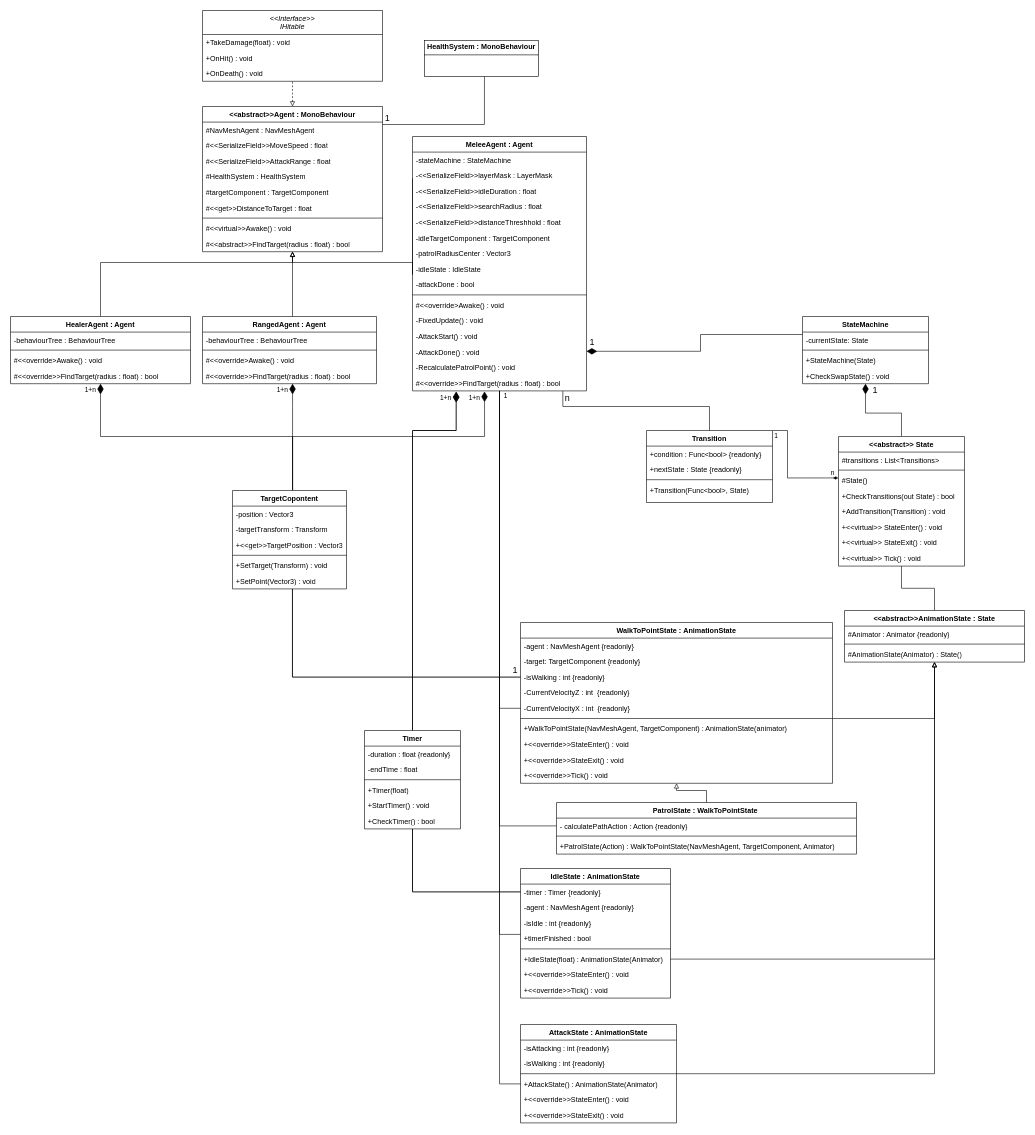
Above: page "Page-1" (1 of 2) of KIProjektKlasseDiagram.drawio in RDMJoker/LL_Semester2_Project (draw.io), before the change. Source tidied: cells renumbered, new cells numbered last; positions are measured from the earlier drawing's top-left corner, leaving out a move shared by most shapes. Both pictures are drawn from the tidied source at 60%, with x=0, y=0 at pixel (10, 10).
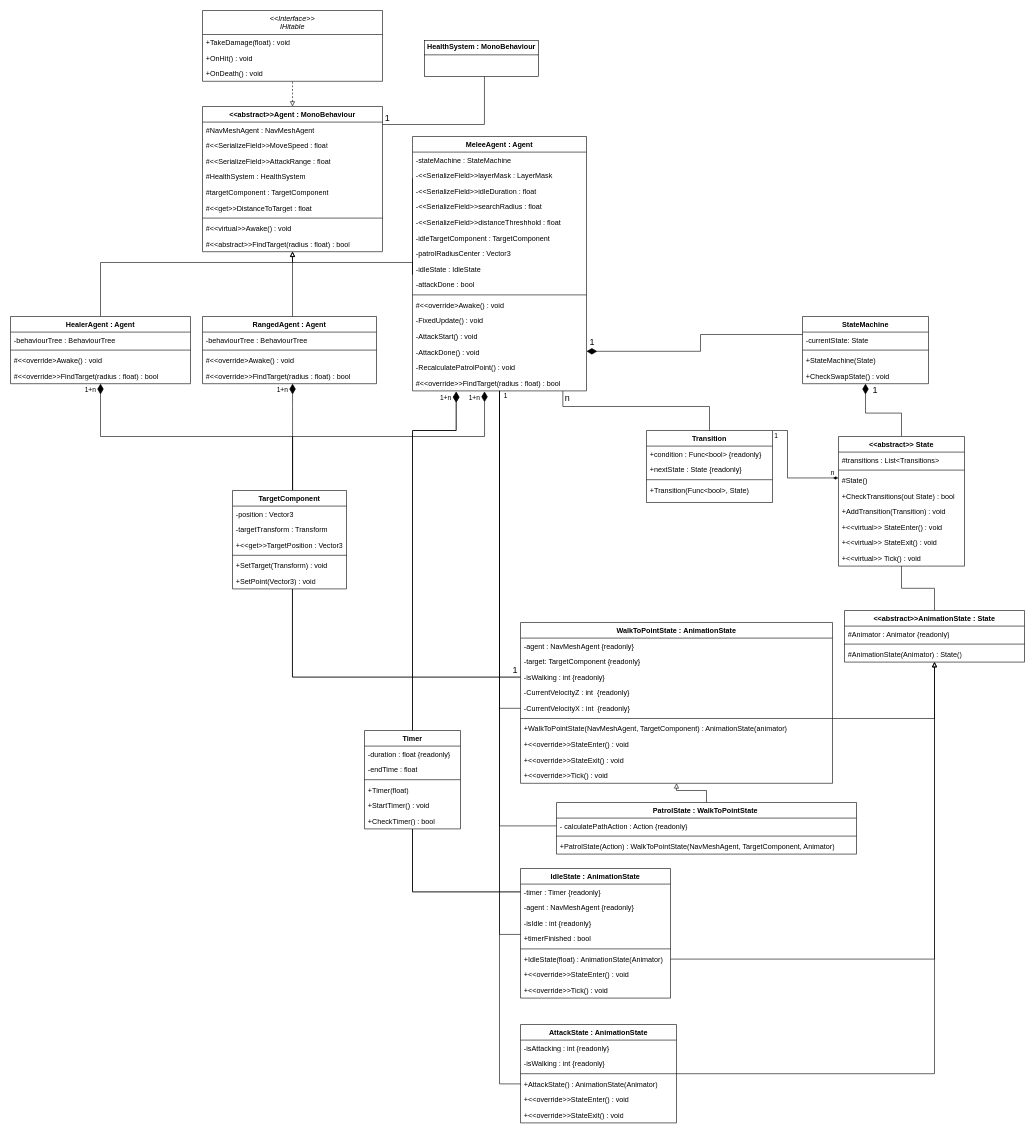
Above is the later version.

What changed in the source:
```diff
@@
-    <mxCell id="105" value="TargetCopontent" style="swimlane;fontStyle=1;align=center;verticalAlign=top;horizontal=1;startSize=26;whiteSpace=wrap;html=1;" parent="1" vertex="1">
+    <mxCell id="105" value="TargetComponent" style="swimlane;fontStyle=1;align=center;verticalAlign=top;horizontal=1;startSize=26;whiteSpace=wrap;html=1;" parent="1" vertex="1">
       <mxGeometry x="370" y="800" width="190" height="164" as="geometry" />
     </mxCell>
```
